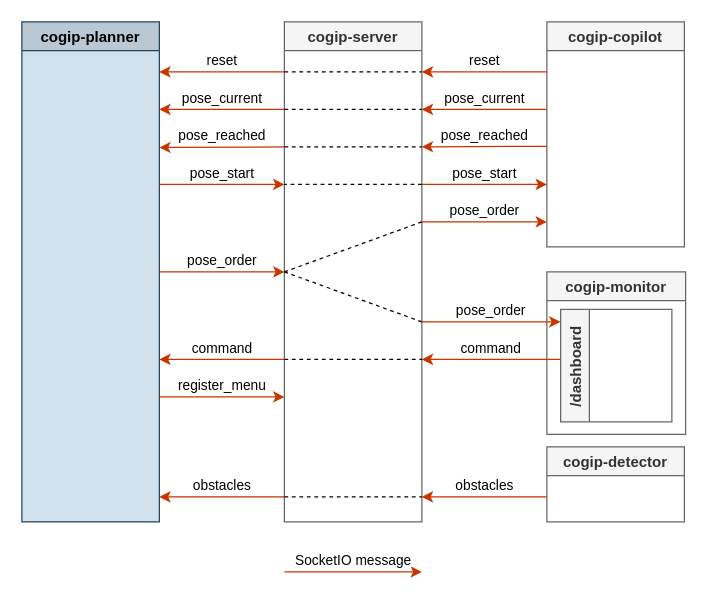
This is page "planner" (3 of 7) of docs/img/cogip.drawio from cogip/simulation, a draw.io file, before an edit. Source tidied: cells renumbered, new cells numbered last; positions are measured from the earlier drawing's top-left corner, leaving out a move shared by most shapes. Both pictures are drawn from the tidied source at 125%, with x=0, y=0 at pixel (21, 21).
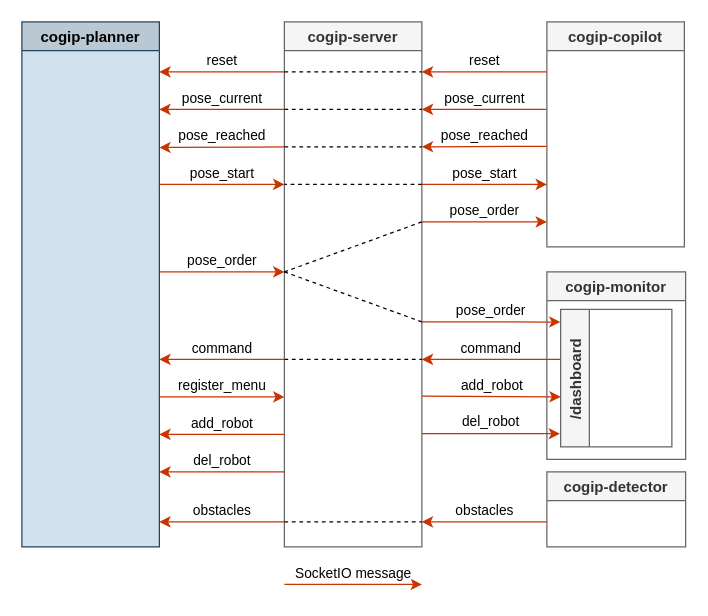
The same diagram, later.

Commit message (it also covers changes not shown here):
docs: update schemas with add_robot and del_robot data flow

Diff of the diagram source:
```diff
@@
     <mxCell id="2" value="cogip-monitor" style="swimlane;fillColor=#f5f5f5;strokeColor=#666666;fontColor=#333333;swimlaneFillColor=none;" parent="1" vertex="1">
-      <mxGeometry x="420" y="200" width="111" height="130" as="geometry" />
+      <mxGeometry x="420" y="200" width="111" height="150" as="geometry" />
     </mxCell>
     <mxCell id="3" value="/dashboard" style="swimlane;horizontal=0;fontColor=#333333;fillColor=#f5f5f5;strokeColor=#666666;" parent="2" vertex="1">
-      <mxGeometry x="11" y="30" width="89" height="90" as="geometry" />
+      <mxGeometry x="11" y="30" width="89" height="110" as="geometry" />
     </mxCell>
     <mxCell id="4" value="cogip-planner" style="swimlane;fillColor=#bac8d3;strokeColor=#23445d;swimlaneFillColor=#D1E1ED;" parent="1" vertex="1">
-      <mxGeometry width="110" height="400" as="geometry" />
+      <mxGeometry width="110" height="420" as="geometry" />
     </mxCell>
     <mxCell id="5" value="cogip-server" style="swimlane;fillColor=#f5f5f5;fontColor=#333333;strokeColor=#666666;" parent="1" vertex="1">
-      <mxGeometry x="210" width="110" height="400" as="geometry" />
+      <mxGeometry x="210" width="110" height="420" as="geometry" />
     </mxCell>
@@
     <mxCell id="9" style="endArrow=none;dashed=1;html=1;rounded=0;" parent="5" edge="1">
       <mxGeometry relative="1" as="geometry">
-        <mxPoint y="380" as="sourcePoint" />
-        <mxPoint x="110" y="380" as="targetPoint" />
+        <mxPoint y="400" as="sourcePoint" />
+        <mxPoint x="110" y="400" as="targetPoint" />
       </mxGeometry>
     </mxCell>
@@
     <mxCell id="16" value="cogip-detector" style="swimlane;fillColor=#f5f5f5;fontColor=#333333;strokeColor=#666666;" parent="1" vertex="1">
-      <mxGeometry x="420" y="340" width="110" height="60" as="geometry" />
+      <mxGeometry x="420" y="360" width="111" height="60" as="geometry" />
     </mxCell>
     <mxCell id="17" value="obstacles" style="endArrow=classic;html=1;rounded=0;verticalAlign=bottom;fillColor=#fa6800;strokeColor=#C73500;" parent="1" edge="1">
       <mxGeometry relative="1" as="geometry">
-        <mxPoint x="420" y="380" as="sourcePoint" />
-        <mxPoint x="320" y="380" as="targetPoint" />
+        <mxPoint x="420" y="400" as="sourcePoint" />
+        <mxPoint x="320" y="400" as="targetPoint" />
       </mxGeometry>
     </mxCell>
@@
-    <mxCell id="22" value="pose_order" style="endArrow=classic;html=1;rounded=0;verticalAlign=bottom;fillColor=#fa6800;strokeColor=#C73500;entryX=-0.002;entryY=0.111;entryDx=0;entryDy=0;entryPerimeter=0;" parent="1" edge="1" target="3">
+    <mxCell id="22" value="pose_order" style="endArrow=classic;html=1;rounded=0;verticalAlign=bottom;fillColor=#fa6800;strokeColor=#C73500;entryX=-0.002;entryY=0.092;entryDx=0;entryDy=0;entryPerimeter=0;" parent="1" edge="1" target="3">
       <mxGeometry relative="1" as="geometry">
         <mxPoint x="320" y="240" as="sourcePoint" />
       </mxGeometry>
     </mxCell>
@@
     <mxCell id="27" value="obstacles" style="endArrow=classic;html=1;rounded=0;verticalAlign=bottom;fillColor=#fa6800;strokeColor=#C73500;" parent="1" edge="1">
       <mxGeometry relative="1" as="geometry">
-        <mxPoint x="210" y="380" as="sourcePoint" />
-        <mxPoint x="110" y="380" as="targetPoint" />
+        <mxPoint x="210" y="400" as="sourcePoint" />
+        <mxPoint x="110" y="400" as="targetPoint" />
       </mxGeometry>
     </mxCell>
@@
     <mxCell id="32" value="SocketIO message" style="endArrow=classic;html=1;rounded=0;verticalAlign=bottom;strokeColor=#C73500;fillColor=#fa6800;" parent="1" edge="1">
       <mxGeometry relative="1" as="geometry">
-        <mxPoint x="210" y="440" as="sourcePoint" />
-        <mxPoint x="320" y="440" as="targetPoint" />
+        <mxPoint x="210" y="450" as="sourcePoint" />
+        <mxPoint x="320" y="450" as="targetPoint" />
       </mxGeometry>
     </mxCell>
+    <mxCell id="33" value="del_robot" style="endArrow=none;html=1;rounded=0;verticalAlign=bottom;fillColor=#fa6800;strokeColor=#C73500;startArrow=classic;startFill=1;endFill=0;" parent="1" edge="1">
+      <mxGeometry relative="1" as="geometry">
+        <mxPoint x="110" y="360" as="sourcePoint" />
+        <mxPoint x="210" y="360" as="targetPoint" />
+      </mxGeometry>
+    </mxCell>
+    <mxCell id="34" value="add_robot" style="endArrow=none;html=1;rounded=0;verticalAlign=bottom;fillColor=#fa6800;strokeColor=#C73500;startArrow=classic;startFill=1;endFill=0;" parent="1" edge="1">
+      <mxGeometry relative="1" as="geometry">
+        <mxPoint x="110" y="330" as="sourcePoint" />
+        <mxPoint x="210" y="330" as="targetPoint" />
+      </mxGeometry>
+    </mxCell>
+    <mxCell id="35" value="del_robot" style="endArrow=classic;html=1;rounded=0;verticalAlign=bottom;fillColor=#fa6800;strokeColor=#C73500;startArrow=none;startFill=0;endFill=1;entryX=-0.006;entryY=0.904;entryDx=0;entryDy=0;entryPerimeter=0;" parent="1" edge="1" target="3">
+      <mxGeometry relative="1" as="geometry">
+        <mxPoint x="320" y="329.4" as="sourcePoint" />
+      </mxGeometry>
+    </mxCell>
+    <mxCell id="36" value="add_robot" style="endArrow=classic;html=1;rounded=0;verticalAlign=bottom;fillColor=#fa6800;strokeColor=#C73500;startArrow=none;startFill=0;endFill=1;" parent="1" edge="1">
+      <mxGeometry relative="1" as="geometry">
+        <mxPoint x="320" y="299.4" as="sourcePoint" />
+        <mxPoint x="431" y="300" as="targetPoint" />
+      </mxGeometry>
+    </mxCell>
```
